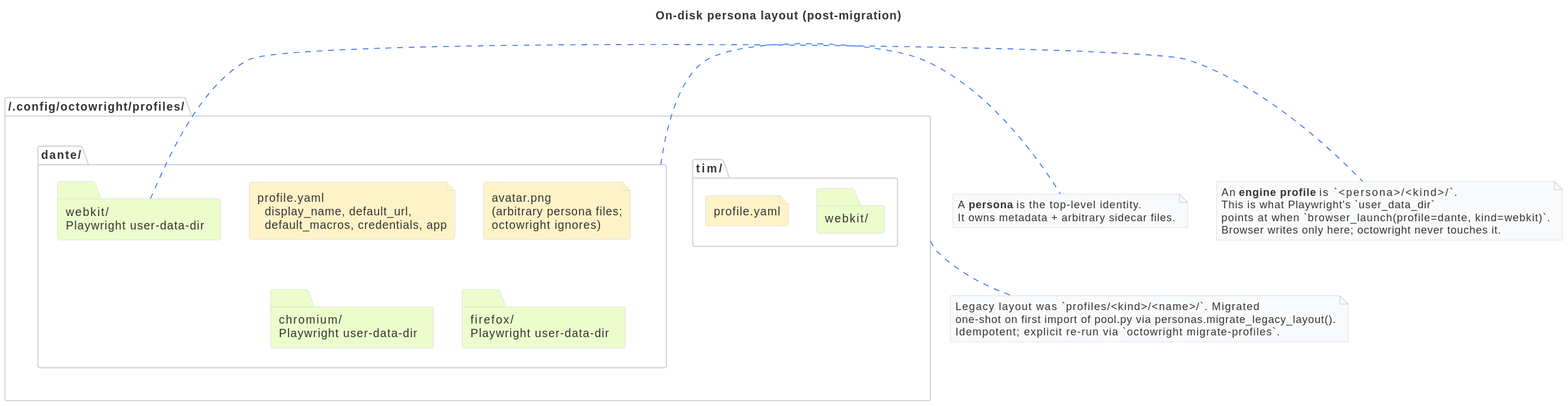
Before: docs/architecture/persona-layout.svg, a diagram exported from PlantUML (livingstaccato/octowright). Its source is kept beside it as docs/architecture/persona-layout.puml.
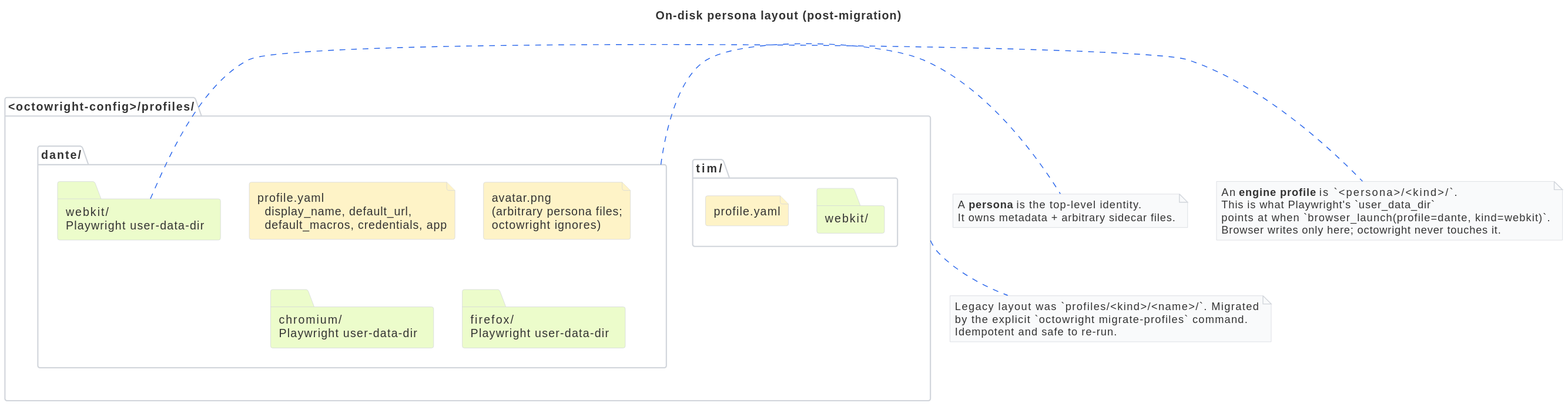
After the commit.

What changed in the source:
```diff
@@ -42,8 +42,8 @@
 
 note bottom of ROOT
   Legacy layout was `profiles/<kind>/<name>/`. Migrated
-  one-shot on first import of pool.py via personas.migrate_legacy_layout().
-  Idempotent; explicit re-run via `octowright migrate-profiles`.
+  by the explicit `octowright migrate-profiles` command.
+  Idempotent and safe to re-run.
 end note
 
 @enduml
```
